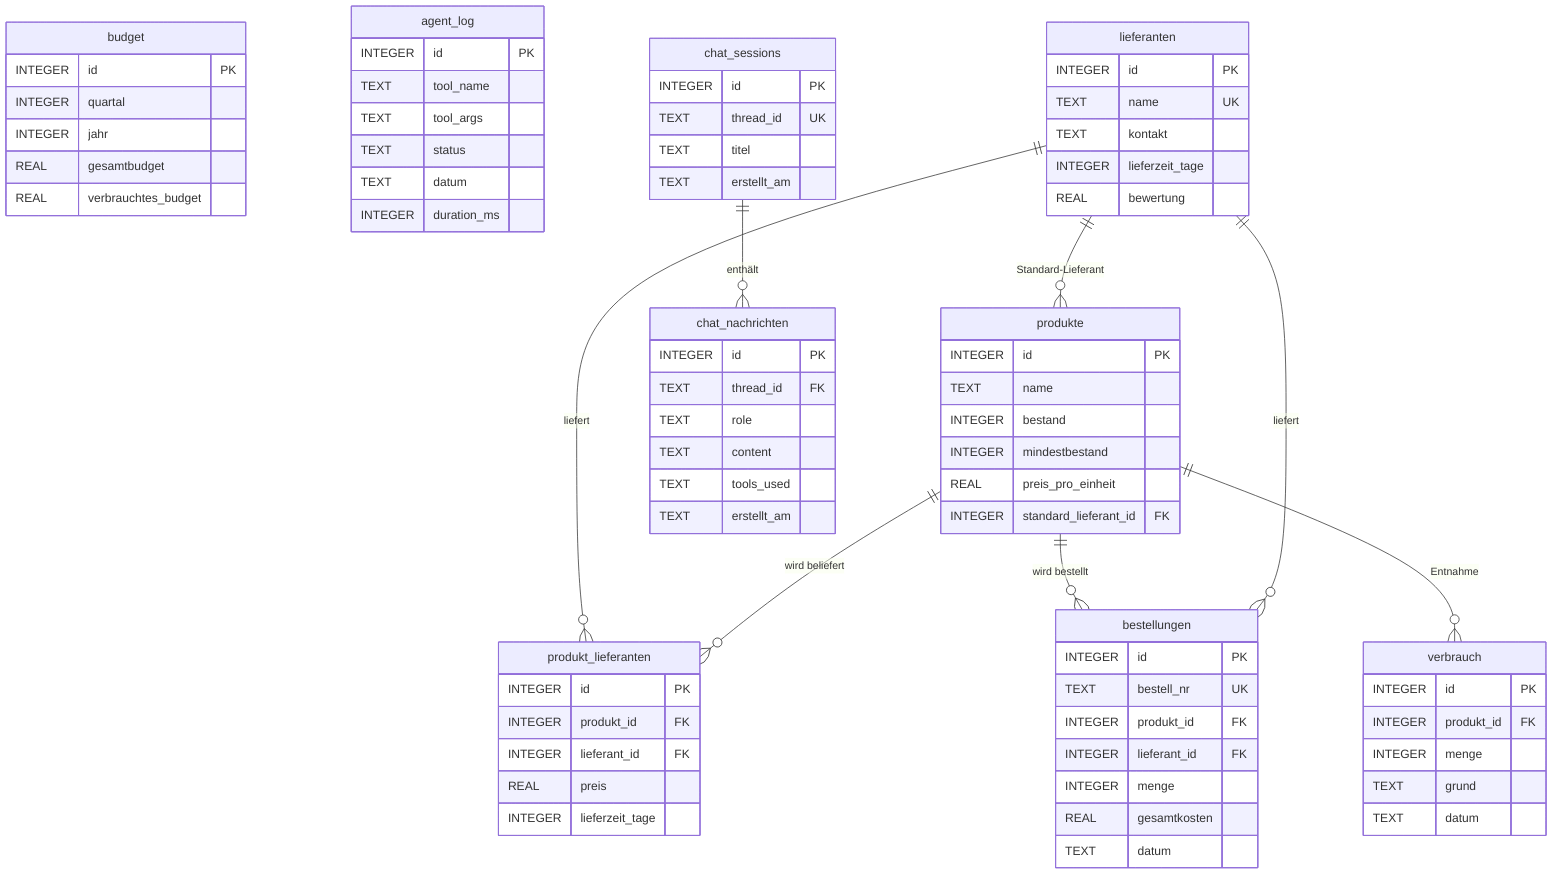
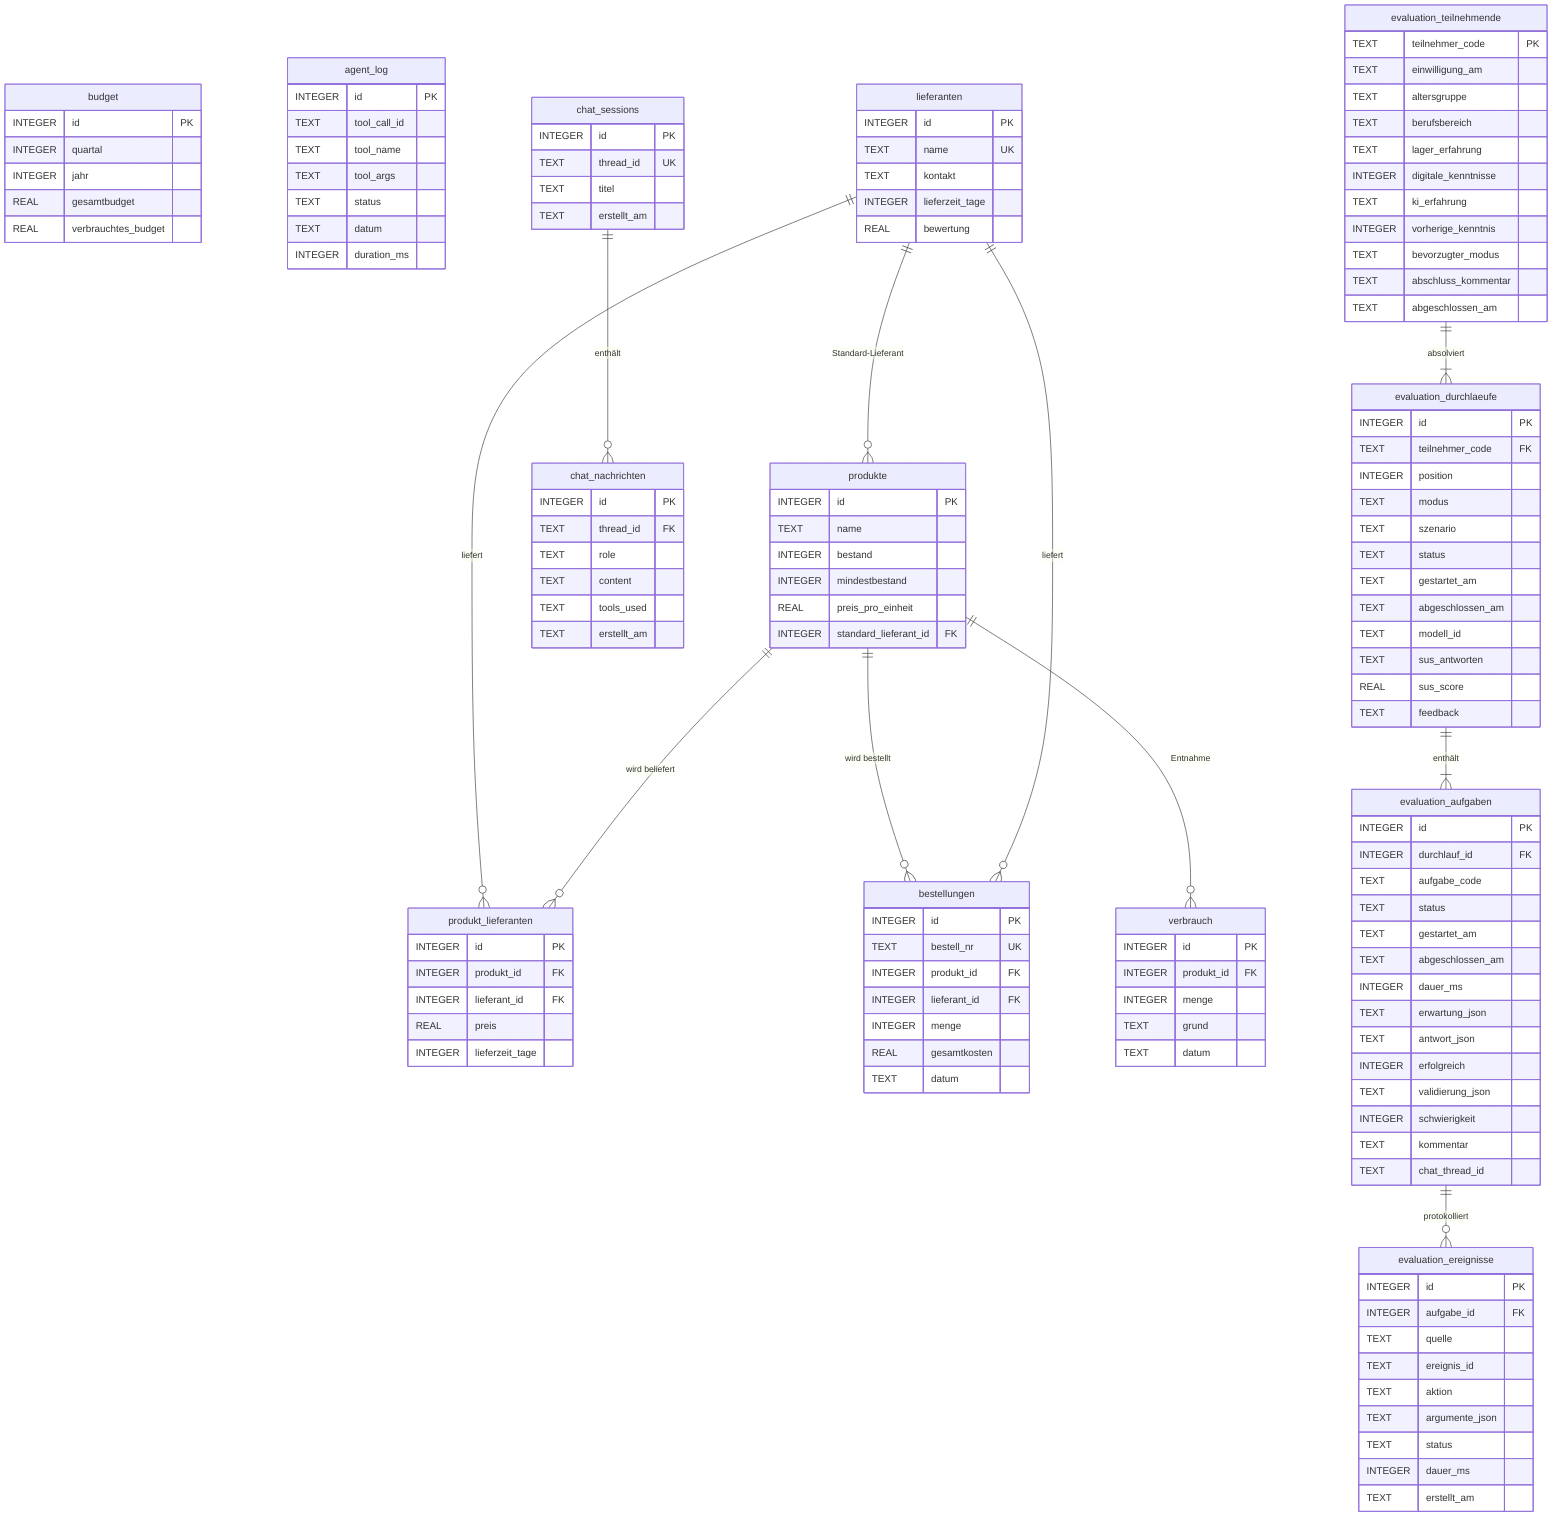
erDiagram

    budget {
        INTEGER id PK
        INTEGER quartal
        INTEGER jahr
        REAL gesamtbudget
        REAL verbrauchtes_budget
    }

    agent_log {
        INTEGER id PK
+         TEXT tool_call_id
        TEXT tool_name
        TEXT tool_args
        TEXT status
        TEXT datum
        INTEGER duration_ms
    }

    lieferanten {
        INTEGER id PK
        TEXT name UK
        TEXT kontakt
        INTEGER lieferzeit_tage
        REAL bewertung
    }

    produkte {
        INTEGER id PK
        TEXT name
        INTEGER bestand
        INTEGER mindestbestand
        REAL preis_pro_einheit
        INTEGER standard_lieferant_id FK
    }

    produkt_lieferanten {
        INTEGER id PK
        INTEGER produkt_id FK
        INTEGER lieferant_id FK
        REAL preis
        INTEGER lieferzeit_tage
    }

    bestellungen {
        INTEGER id PK
        TEXT bestell_nr UK
        INTEGER produkt_id FK
        INTEGER lieferant_id FK
        INTEGER menge
        REAL gesamtkosten
        TEXT datum
    }

    verbrauch {
        INTEGER id PK
        INTEGER produkt_id FK
        INTEGER menge
        TEXT grund
        TEXT datum
    }

    chat_sessions {
        INTEGER id PK
        TEXT thread_id UK
        TEXT titel
        TEXT erstellt_am
    }

    chat_nachrichten {
        INTEGER id PK
        TEXT thread_id FK
        TEXT role
        TEXT content
        TEXT tools_used
        TEXT erstellt_am
    }

+     evaluation_teilnehmende {
+         TEXT teilnehmer_code PK
+         TEXT einwilligung_am
+         TEXT altersgruppe
+         TEXT berufsbereich
+         TEXT lager_erfahrung
+         INTEGER digitale_kenntnisse
+         TEXT ki_erfahrung
+         INTEGER vorherige_kenntnis
+         TEXT bevorzugter_modus
+         TEXT abschluss_kommentar
+         TEXT abgeschlossen_am
+     }
+ 
+     evaluation_durchlaeufe {
+         INTEGER id PK
+         TEXT teilnehmer_code FK
+         INTEGER position
+         TEXT modus
+         TEXT szenario
+         TEXT status
+         TEXT gestartet_am
+         TEXT abgeschlossen_am
+         TEXT modell_id
+         TEXT sus_antworten
+         REAL sus_score
+         TEXT feedback
+     }
+ 
+     evaluation_aufgaben {
+         INTEGER id PK
+         INTEGER durchlauf_id FK
+         TEXT aufgabe_code
+         TEXT status
+         TEXT gestartet_am
+         TEXT abgeschlossen_am
+         INTEGER dauer_ms
+         TEXT erwartung_json
+         TEXT antwort_json
+         INTEGER erfolgreich
+         TEXT validierung_json
+         INTEGER schwierigkeit
+         TEXT kommentar
+         TEXT chat_thread_id
+     }
+ 
+     evaluation_ereignisse {
+         INTEGER id PK
+         INTEGER aufgabe_id FK
+         TEXT quelle
+         TEXT ereignis_id
+         TEXT aktion
+         TEXT argumente_json
+         TEXT status
+         INTEGER dauer_ms
+         TEXT erstellt_am
+     }
+ 
    lieferanten ||--o{ produkte : "Standard-Lieferant"
    lieferanten ||--o{ produkt_lieferanten : "liefert"
    produkte ||--o{ produkt_lieferanten : "wird beliefert"
    produkte ||--o{ bestellungen : "wird bestellt"
    lieferanten ||--o{ bestellungen : "liefert"
    produkte ||--o{ verbrauch : "Entnahme"
    chat_sessions ||--o{ chat_nachrichten : "enthält"
+     evaluation_teilnehmende ||--|{ evaluation_durchlaeufe : "absolviert"
+     evaluation_durchlaeufe ||--|{ evaluation_aufgaben : "enthält"
+     evaluation_aufgaben ||--o{ evaluation_ereignisse : "protokolliert"

    %% budget und agent_log sind eigenständige Tabellen ohne FK-Beziehungen
